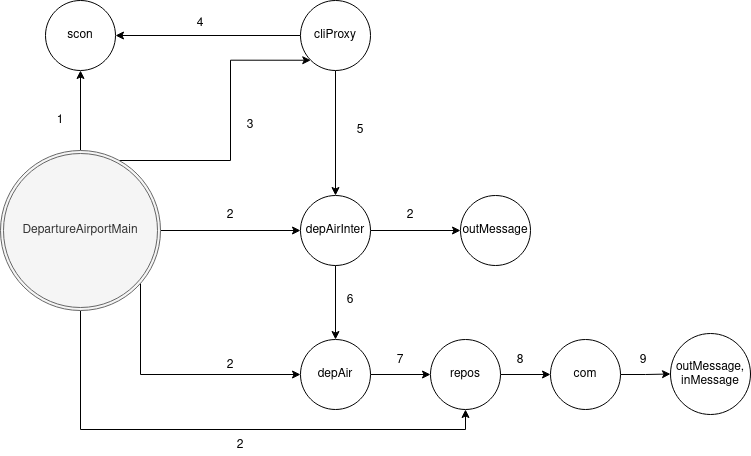
Earlier version of the draw.io export assignment2/diagramas/DepartureAirportDIagram.png (MarianaPinto17/SD). Source tidied: cells renumbered, new cells last; positions are measured from the earlier drawing's top-left corner, leaving out a move shared by most shapes.
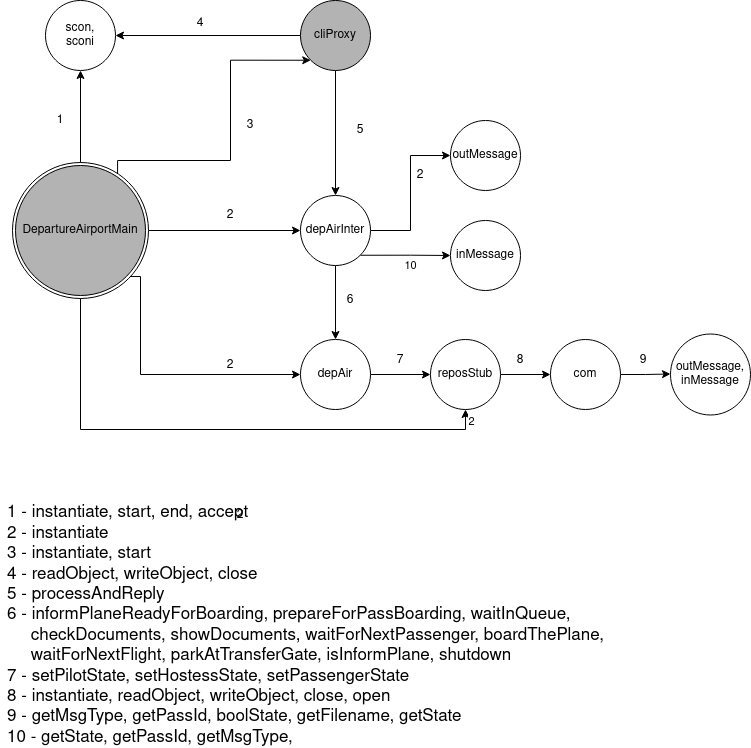
The same file after the commit.

The edit, as a diff of the source:
```diff
@@ -2,28 +2,30 @@
   <root>
     <mxCell id="0" />
     <mxCell id="1" parent="0" />
-    <mxCell id="2" style="edgeStyle=orthogonalEdgeStyle;rounded=0;jettySize=auto;html=1;entryX=0;entryY=0.5;entryDx=0;entryDy=0;" parent="1" edge="1" source="7" target="17">
+    <mxCell id="2" style="edgeStyle=orthogonalEdgeStyle;rounded=0;jettySize=auto;html=1;entryX=0;entryY=0.5;entryDx=0;entryDy=0;exitX=1;exitY=1;exitDx=0;exitDy=0;" parent="1" edge="1" source="7" target="17">
       <mxGeometry relative="1" as="geometry">
         <Array as="points">
+          <mxPoint x="140" y="276" />
           <mxPoint x="140" y="374" />
         </Array>
       </mxGeometry>
     </mxCell>
-    <mxCell id="3" style="edgeStyle=orthogonalEdgeStyle;rounded=0;jettySize=auto;html=1;entryX=0.5;entryY=1;entryDx=0;entryDy=0;" parent="1" edge="1" source="7" target="8">
+    <mxCell id="3" style="edgeStyle=orthogonalEdgeStyle;rounded=0;jettySize=auto;html=1;entryX=0.5;entryY=1;entryDx=0;entryDy=0;exitX=0.5;exitY=0;exitDx=0;exitDy=0;" parent="1" edge="1" source="7" target="8">
       <mxGeometry relative="1" as="geometry" />
     </mxCell>
-    <mxCell id="4" style="edgeStyle=orthogonalEdgeStyle;rounded=0;jettySize=auto;html=1;entryX=0;entryY=1;entryDx=0;entryDy=0;" parent="1" edge="1" source="7" target="11">
+    <mxCell id="4" style="edgeStyle=orthogonalEdgeStyle;rounded=0;jettySize=auto;html=1;entryX=0;entryY=1;entryDx=0;entryDy=0;exitX=0.785;exitY=0.085;exitDx=0;exitDy=0;exitPerimeter=0;" parent="1" edge="1" source="7" target="11">
       <mxGeometry relative="1" as="geometry">
         <Array as="points">
+          <mxPoint x="117" y="160" />
           <mxPoint x="230" y="160" />
           <mxPoint x="230" y="60" />
         </Array>
       </mxGeometry>
     </mxCell>
-    <mxCell id="5" style="edgeStyle=orthogonalEdgeStyle;rounded=0;jettySize=auto;html=1;entryX=0;entryY=0.5;entryDx=0;entryDy=0;" parent="1" edge="1" source="7" target="14">
+    <mxCell id="5" style="edgeStyle=orthogonalEdgeStyle;rounded=0;jettySize=auto;html=1;entryX=0;entryY=0.5;entryDx=0;entryDy=0;exitX=1;exitY=0.5;exitDx=0;exitDy=0;" parent="1" edge="1" source="40" target="14">
       <mxGeometry relative="1" as="geometry" />
     </mxCell>
-    <mxCell id="6" style="edgeStyle=orthogonalEdgeStyle;rounded=0;jettySize=auto;html=1;entryX=0.5;entryY=1;entryDx=0;entryDy=0;" parent="1" edge="1" source="7" target="27">
+    <mxCell id="6" style="edgeStyle=orthogonalEdgeStyle;rounded=0;jettySize=auto;html=1;entryX=0.5;entryY=1;entryDx=0;entryDy=0;exitX=0.5;exitY=1;exitDx=0;exitDy=0;" parent="1" edge="1" source="7" target="27">
       <mxGeometry relative="1" as="geometry">
         <Array as="points">
           <mxPoint x="80" y="429" />
@@ -31,10 +33,12 @@
         </Array>
       </mxGeometry>
     </mxCell>
-    <mxCell id="7" value="DepartureAirportMain" style="ellipse;shape=doubleEllipse;margin=3;whiteSpace=wrap;html=1;align=center;fillColor=#f5f5f5;strokeColor=#666666;fontColor=#333333;" parent="1" vertex="1">
-      <mxGeometry y="150" width="160" height="160" as="geometry" />
-    </mxCell>
+    <mxCell id="35" value="2" style="edgeLabel;html=1;align=center;verticalAlign=middle;" parent="6" vertex="1">
+      <mxGeometry x="-0.23" y="-2" relative="1" as="geometry">
+        <mxPoint x="317" y="-11" as="offset" />
+      </mxGeometry>
+    </mxCell>
-    <mxCell id="8" value="scon" style="ellipse;whiteSpace=wrap;html=1;align=center;" parent="1" vertex="1">
+    <mxCell id="8" value="&lt;div&gt;scon,&lt;/div&gt;&lt;div&gt;sconi&lt;br&gt;&lt;/div&gt;" style="ellipse;whiteSpace=wrap;html=1;align=center;" parent="1" vertex="1">
       <mxGeometry x="45" width="70" height="70" as="geometry" />
     </mxCell>
     <mxCell id="9" style="edgeStyle=orthogonalEdgeStyle;rounded=0;jettySize=auto;html=1;entryX=1;entryY=0.5;entryDx=0;entryDy=0;" parent="1" edge="1" source="11" target="8">
@@ -43,7 +47,7 @@
     <mxCell id="10" style="edgeStyle=orthogonalEdgeStyle;rounded=0;jettySize=auto;html=1;entryX=0.5;entryY=0;entryDx=0;entryDy=0;" parent="1" edge="1" source="11" target="14">
       <mxGeometry relative="1" as="geometry" />
     </mxCell>
-    <mxCell id="11" value="cliProxy" style="ellipse;whiteSpace=wrap;html=1;align=center;" parent="1" vertex="1">
+    <mxCell id="11" value="cliProxy" style="ellipse;whiteSpace=wrap;html=1;align=center;fillColor=#B3B3B3;" parent="1" vertex="1">
       <mxGeometry x="300" width="70" height="70" as="geometry" />
     </mxCell>
     <mxCell id="12" style="edgeStyle=orthogonalEdgeStyle;rounded=0;jettySize=auto;html=1;entryX=0.5;entryY=0;entryDx=0;entryDy=0;" parent="1" edge="1" source="14" target="17">
@@ -52,11 +56,19 @@
     <mxCell id="13" style="edgeStyle=orthogonalEdgeStyle;rounded=0;jettySize=auto;html=1;entryX=0;entryY=0.5;entryDx=0;entryDy=0;" parent="1" edge="1" source="14" target="15">
       <mxGeometry relative="1" as="geometry" />
     </mxCell>
+    <mxCell id="36" style="edgeStyle=orthogonalEdgeStyle;rounded=0;jettySize=auto;html=1;exitX=1;exitY=1;exitDx=0;exitDy=0;" parent="1" edge="1" source="14" target="41">
+      <mxGeometry relative="1" as="geometry" />
+    </mxCell>
+    <mxCell id="37" value="10" style="edgeLabel;html=1;align=center;verticalAlign=middle;" parent="36" vertex="1">
+      <mxGeometry x="0.34" y="2" relative="1" as="geometry">
+        <mxPoint x="-7" y="12" as="offset" />
+      </mxGeometry>
+    </mxCell>
     <mxCell id="14" value="depAirInter" style="ellipse;whiteSpace=wrap;html=1;align=center;" parent="1" vertex="1">
       <mxGeometry x="300" y="195" width="70" height="70" as="geometry" />
     </mxCell>
     <mxCell id="15" value="outMessage" style="ellipse;whiteSpace=wrap;html=1;align=center;" parent="1" vertex="1">
-      <mxGeometry x="460" y="195" width="70" height="70" as="geometry" />
+      <mxGeometry x="450" y="120" width="70" height="70" as="geometry" />
     </mxCell>
     <mxCell id="16" style="edgeStyle=orthogonalEdgeStyle;rounded=0;jettySize=auto;html=1;entryX=0;entryY=0.5;entryDx=0;entryDy=0;" parent="1" edge="1" source="17" target="27">
       <mxGeometry relative="1" as="geometry" />
@@ -80,7 +92,7 @@
       <mxGeometry x="210" y="200" width="40" height="30" as="geometry" />
     </mxCell>
     <mxCell id="23" value="2" style="text;html=1;strokeColor=none;fillColor=none;align=center;verticalAlign=middle;whiteSpace=wrap;rounded=0;" parent="1" vertex="1">
-      <mxGeometry x="390" y="200" width="40" height="30" as="geometry" />
+      <mxGeometry x="400" y="160" width="40" height="30" as="geometry" />
     </mxCell>
     <mxCell id="24" value="2" style="text;html=1;strokeColor=none;fillColor=none;align=center;verticalAlign=middle;whiteSpace=wrap;rounded=0;" parent="1" vertex="1">
       <mxGeometry x="210" y="350" width="40" height="30" as="geometry" />
@@ -91,20 +103,22 @@
     <mxCell id="26" style="edgeStyle=orthogonalEdgeStyle;rounded=0;jettySize=auto;html=1;" parent="1" edge="1" source="27" target="29">
       <mxGeometry relative="1" as="geometry" />
     </mxCell>
-    <mxCell id="27" value="repos" style="ellipse;whiteSpace=wrap;html=1;align=center;" parent="1" vertex="1">
+    <mxCell id="27" value="reposStub" style="ellipse;whiteSpace=wrap;html=1;align=center;" parent="1" vertex="1">
       <mxGeometry x="430" y="339" width="70" height="70" as="geometry" />
     </mxCell>
-    <mxCell id="28" style="edgeStyle=orthogonalEdgeStyle;rounded=0;jettySize=auto;html=1;entryX=0;entryY=0.5;entryDx=0;entryDy=0;" parent="1" edge="1" source="29" target="30">
-      <mxGeometry relative="1" as="geometry" />
+    <mxCell id="28" style="edgeStyle=orthogonalEdgeStyle;rounded=0;jettySize=auto;html=1;entryX=0;entryY=0.5;entryDx=0;entryDy=0;" parent="1" edge="1" source="29">
+      <mxGeometry relative="1" as="geometry">
+        <mxPoint x="670" y="373.5" as="targetPoint" />
+      </mxGeometry>
     </mxCell>
     <mxCell id="29" value="com" style="ellipse;whiteSpace=wrap;html=1;align=center;" parent="1" vertex="1">
       <mxGeometry x="550" y="339" width="70" height="70" as="geometry" />
     </mxCell>
     <mxCell id="30" value="&lt;div&gt;outMessage,&lt;/div&gt;&lt;div&gt;inMessage&lt;br&gt;&lt;/div&gt;" style="ellipse;whiteSpace=wrap;html=1;align=center;" parent="1" vertex="1">
-      <mxGeometry x="670" y="333" width="80" height="81" as="geometry" />
+      <mxGeometry x="670" y="333.5" width="80" height="81" as="geometry" />
     </mxCell>
     <mxCell id="31" value="2" style="text;html=1;strokeColor=none;fillColor=none;align=center;verticalAlign=middle;whiteSpace=wrap;rounded=0;" parent="1" vertex="1">
-      <mxGeometry x="220" y="435" width="40" height="20" as="geometry" />
+      <mxGeometry x="220" y="505" width="40" height="20" as="geometry" />
     </mxCell>
     <mxCell id="32" value="7" style="text;html=1;strokeColor=none;fillColor=none;align=center;verticalAlign=middle;whiteSpace=wrap;rounded=0;" parent="1" vertex="1">
       <mxGeometry x="380" y="350" width="40" height="20" as="geometry" />
@@ -115,5 +129,20 @@
     <mxCell id="34" value="9" style="text;html=1;strokeColor=none;fillColor=none;align=center;verticalAlign=middle;whiteSpace=wrap;rounded=0;" parent="1" vertex="1">
       <mxGeometry x="623" y="350" width="40" height="20" as="geometry" />
     </mxCell>
+    <mxCell id="38" value="&lt;div style=&quot;font-size: 17px&quot; align=&quot;left&quot;&gt;&lt;font style=&quot;font-size: 17px&quot;&gt;1 - instantiate, start, end, accept&lt;/font&gt;&lt;/div&gt;&lt;div style=&quot;font-size: 17px&quot; align=&quot;left&quot;&gt;&lt;font style=&quot;font-size: 17px&quot;&gt;2 - instantiate&lt;/font&gt;&lt;/div&gt;&lt;div style=&quot;font-size: 17px&quot; align=&quot;left&quot;&gt;&lt;font style=&quot;font-size: 17px&quot;&gt;3 - instantiate, start&lt;/font&gt;&lt;/div&gt;&lt;div style=&quot;font-size: 17px&quot; align=&quot;left&quot;&gt;&lt;font style=&quot;font-size: 17px&quot;&gt;4 - readObject, writeObject, close&lt;/font&gt;&lt;/div&gt;&lt;div style=&quot;font-size: 17px&quot; align=&quot;left&quot;&gt;&lt;font style=&quot;font-size: 17px&quot;&gt;5 - processAndReply&lt;/font&gt;&lt;/div&gt;&lt;div style=&quot;font-size: 17px&quot; align=&quot;left&quot;&gt;&lt;font style=&quot;font-size: 17px&quot;&gt;6 - informPlaneReadyForBoarding, prepareForPassBoarding, waitInQueue, &lt;br&gt;&lt;/font&gt;&lt;/div&gt;&lt;div style=&quot;font-size: 17px&quot; align=&quot;left&quot;&gt;&lt;font style=&quot;font-size: 17px&quot;&gt;&amp;nbsp;&amp;nbsp;&amp;nbsp;&amp;nbsp; checkDocuments, showDocuments, waitForNextPassenger, boardThePlane, &lt;br&gt;&lt;/font&gt;&lt;/div&gt;&lt;div style=&quot;font-size: 17px&quot; align=&quot;left&quot;&gt;&lt;font style=&quot;font-size: 17px&quot;&gt;&amp;nbsp;&amp;nbsp;&amp;nbsp;&amp;nbsp; waitForNextFlight, parkAtTransferGate, isInformPlane, shutdown&lt;br&gt;&lt;/font&gt;&lt;/div&gt;&lt;div style=&quot;font-size: 17px&quot; align=&quot;left&quot;&gt;&lt;font style=&quot;font-size: 17px&quot;&gt;7 - setPilotState, setHostessState, setPassengerState&lt;br&gt;&lt;/font&gt;&lt;/div&gt;&lt;div style=&quot;font-size: 17px&quot; align=&quot;left&quot;&gt;&lt;font style=&quot;font-size: 17px&quot;&gt;8 - instantiate, readObject, writeObject, close, open&lt;br&gt;&lt;/font&gt;&lt;/div&gt;&lt;div style=&quot;font-size: 17px&quot; align=&quot;left&quot;&gt;&lt;font style=&quot;font-size: 17px&quot;&gt;9 - getMsgType, getPassId, boolState, getFilename, getState&lt;/font&gt;&lt;/div&gt;&lt;div style=&quot;font-size: 17px&quot; align=&quot;left&quot;&gt;&lt;font style=&quot;font-size: 17px&quot;&gt;10 - getState, getPassId, getMsgType, &lt;br&gt;&lt;/font&gt;&lt;/div&gt;" style="text;html=1;align=center;verticalAlign=middle;strokeColor=none;" parent="1" vertex="1">
+      <mxGeometry y="540" width="610" height="170" as="geometry" />
+    </mxCell>
+    <mxCell id="39" style="group;" parent="1" vertex="1">
+      <mxGeometry x="12" y="162" width="136" height="136" as="geometry" />
+    </mxCell>
+    <mxCell id="40" style="ellipse;whiteSpace=wrap;html=1;align=center;" parent="39" vertex="1">
+      <mxGeometry width="136" height="136" as="geometry" />
+    </mxCell>
+    <mxCell id="7" value="DepartureAirportMain" style="ellipse;whiteSpace=wrap;html=1;align=center;strokeColor=#000000;fillColor=#B3B3B3;" parent="39" vertex="1">
+      <mxGeometry x="3" y="3" width="130" height="130" as="geometry" />
+    </mxCell>
+    <mxCell id="41" value="inMessage" style="ellipse;whiteSpace=wrap;html=1;align=center;" parent="1" vertex="1">
+      <mxGeometry x="450" y="220" width="70" height="70" as="geometry" />
+    </mxCell>
   </root>
 </mxGraphModel>
```
